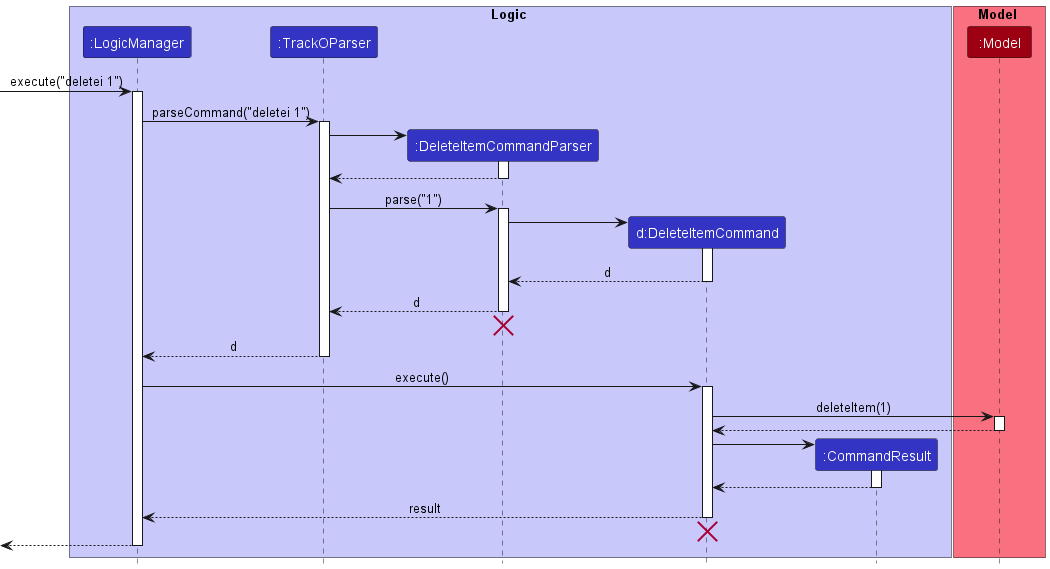
Before: docs/images/developer-guide/DeleteItemSequenceDiagram.png, a diagram exported from PlantUML (nus-cs2103-AY2223S1/tp).
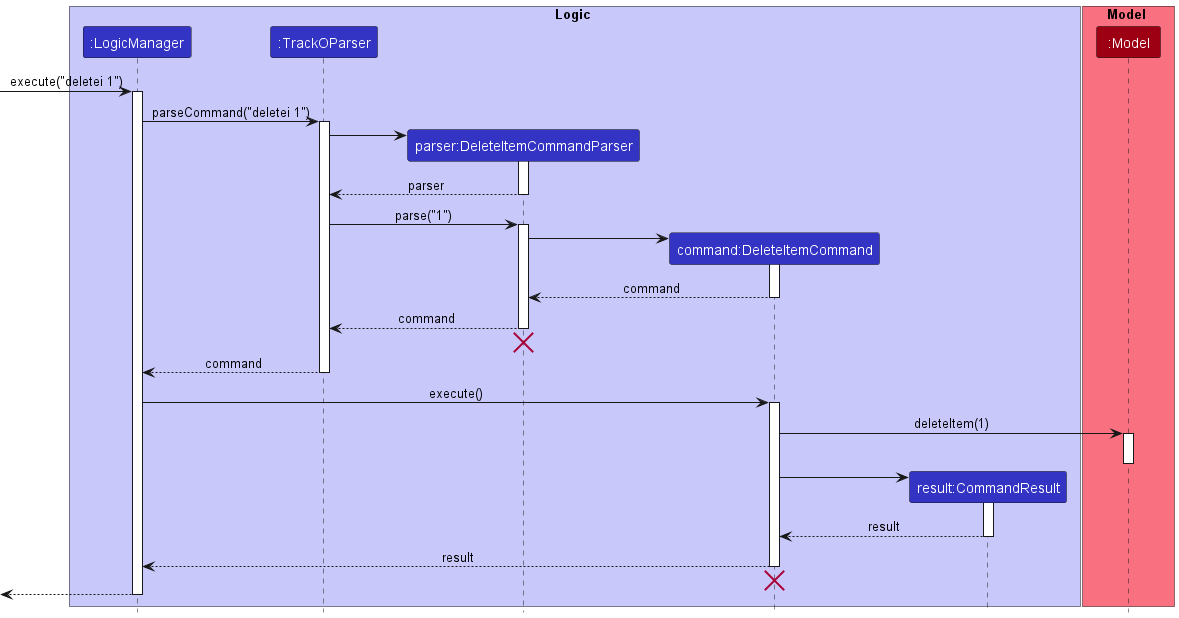
The same file after the commit.

Diff of the diagram source:
```diff
@@ -4,9 +4,9 @@
 box Logic LOGIC_COLOR_T1
 participant ":LogicManager" as LogicManager LOGIC_COLOR
 participant ":TrackOParser" as TrackOParser LOGIC_COLOR
-participant ":DeleteItemCommandParser" as DeleteItemCommandParser LOGIC_COLOR
-participant "d:DeleteItemCommand" as DeleteItemCommand LOGIC_COLOR
-participant ":CommandResult" as CommandResult LOGIC_COLOR
+participant "parser:DeleteItemCommandParser" as DeleteItemCommandParser LOGIC_COLOR
+participant "command:DeleteItemCommand" as DeleteItemCommand LOGIC_COLOR
+participant "result:CommandResult" as CommandResult LOGIC_COLOR
 end box
 
 box Model MODEL_COLOR_T1
@@ -23,7 +23,7 @@
 TrackOParser -> DeleteItemCommandParser
 activate DeleteItemCommandParser
 
-DeleteItemCommandParser --> TrackOParser
+DeleteItemCommandParser --> TrackOParser : parser
 deactivate DeleteItemCommandParser
 
 TrackOParser -> DeleteItemCommandParser : parse("1")
@@ -33,15 +33,15 @@
 DeleteItemCommandParser -> DeleteItemCommand
 activate DeleteItemCommand
 
-DeleteItemCommand --> DeleteItemCommandParser : d
+DeleteItemCommand --> DeleteItemCommandParser : command
 deactivate DeleteItemCommand
 
-DeleteItemCommandParser --> TrackOParser : d
+DeleteItemCommandParser --> TrackOParser : command
 deactivate DeleteItemCommandParser
 DeleteItemCommandParser -[hidden]-> TrackOParser
 destroy DeleteItemCommandParser
 
-TrackOParser --> LogicManager : d
+TrackOParser --> LogicManager : command
 deactivate TrackOParser
 
 LogicManager -> DeleteItemCommand : execute()
@@ -49,15 +49,13 @@
 
 DeleteItemCommand -> Model : deleteItem(1)
 activate Model
-
-Model --> DeleteItemCommand
 deactivate Model
 
 create CommandResult
 DeleteItemCommand -> CommandResult
 activate CommandResult
 
-CommandResult --> DeleteItemCommand
+CommandResult --> DeleteItemCommand : result
 deactivate CommandResult
 
 DeleteItemCommand --> LogicManager : result
```
